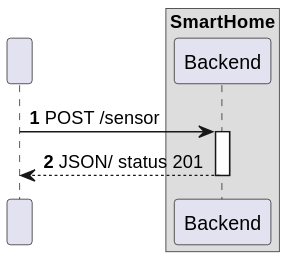
Earlier version of the PlantUML export docs/C4_4plus1_models/Level2/ProcessView/ProcessViewLevel2_UC07_v1.svg (moutajDev/smarthome). Source of this version:
```plantuml
@startuml
!pragma layout smetana

autonumber

participant " " as HTTP

box "SmartHome"
    participant "Backend" as BE
end box

HTTP -> BE : POST /sensor
activate BE

BE --> HTTP : JSON/ status 201
deactivate BE
@enduml
```
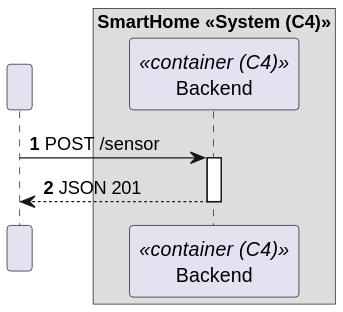
Later version of the same file.

The edit, as a diff of the source:
```diff
@@ -5,13 +5,13 @@
 
 participant " " as HTTP
 
-box "SmartHome"
-    participant "Backend" as BE
+box "SmartHome <<System (C4)>>"
+    participant "Backend" as BE<<container (C4)>>
 end box
 
 HTTP -> BE : POST /sensor
 activate BE
 
-BE --> HTTP : JSON/ status 201
+BE --> HTTP : JSON 201
 deactivate BE
 @enduml
```
